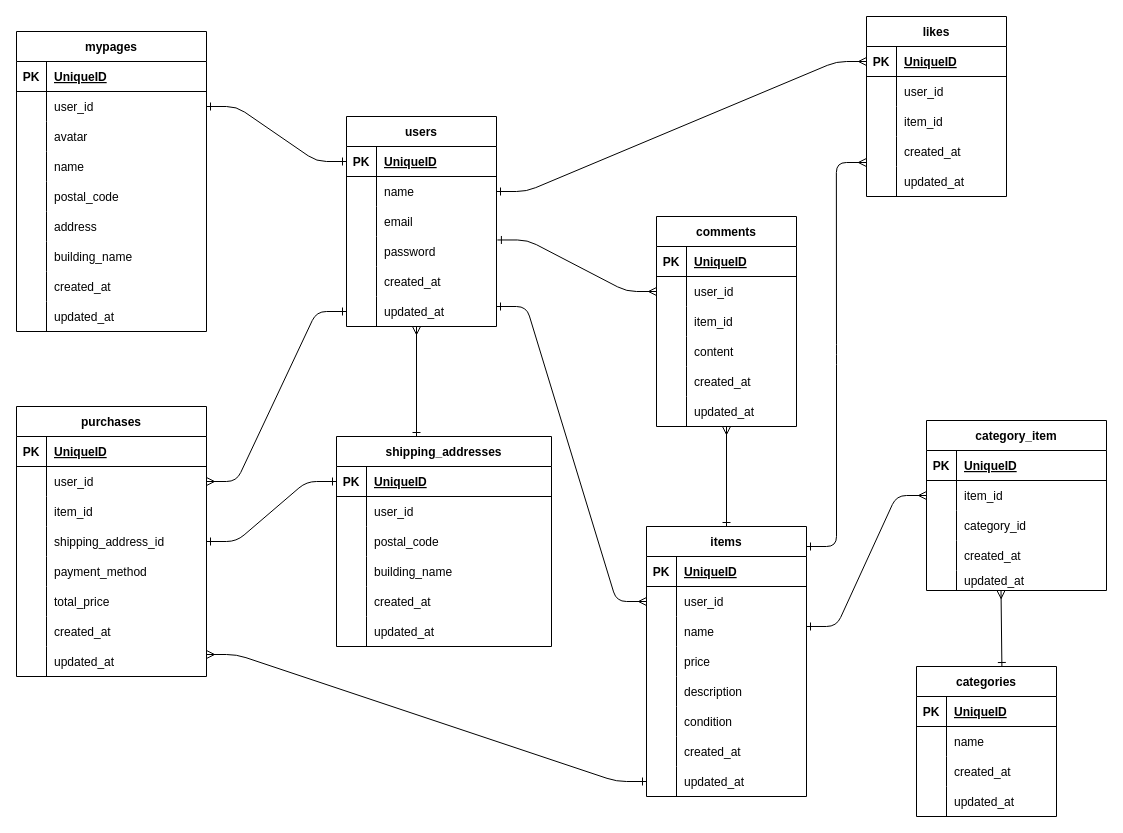
Before: FM-APP.dio in hiroko4ikeda8/FM-APP, a draw.io diagram. Source tidied: cells renumbered, new cells numbered last; positions are measured from the earlier drawing's top-left corner, leaving out a move shared by most shapes. Both pictures are drawn from the tidied source at 100%, with x=0, y=0 at pixel (16, 16).
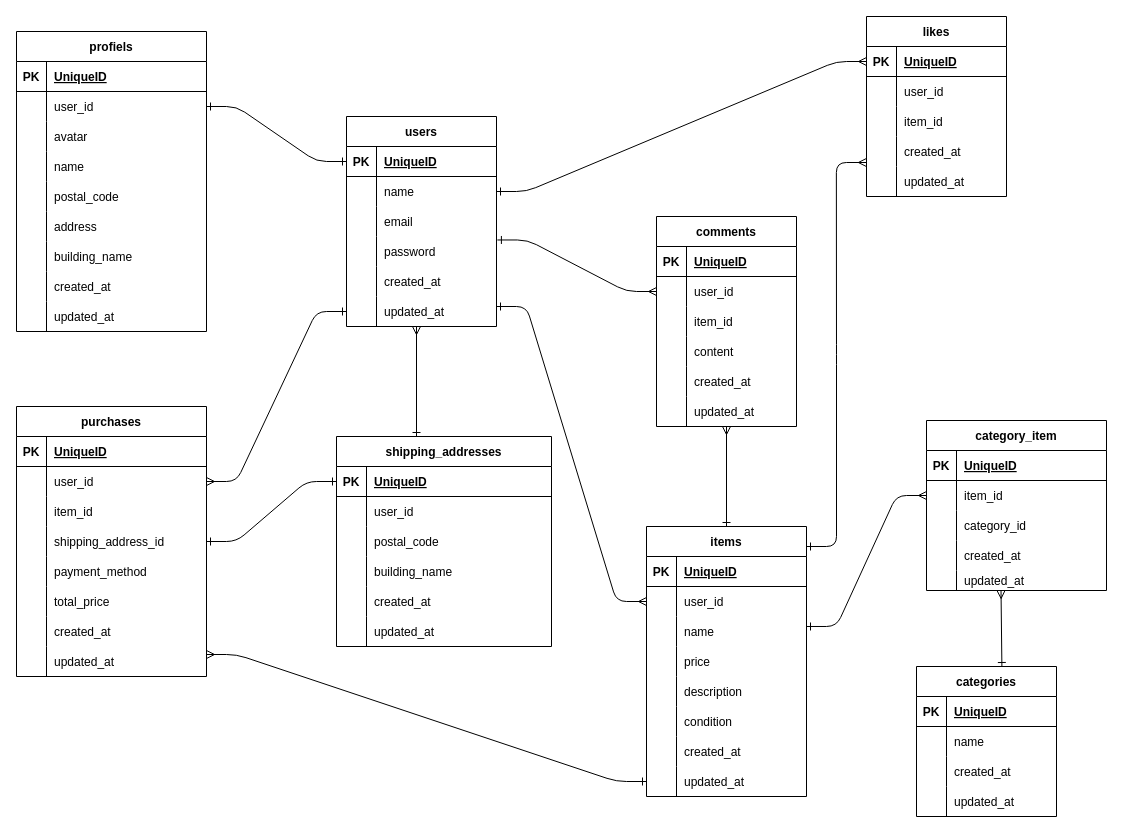
The same diagram, later.

Commit message (it also covers changes not shown here):
ER図更新と画像ファイルの修正

Change to the diagram source:
```diff
@@
-    <mxCell id="65" value="mypages" style="shape=table;startSize=30;childLayout=tableLayout;rowLines=0;fontStyle=1;align=center;" parent="1" vertex="1">
+    <mxCell id="65" value="profiels" style="shape=table;startSize=30;childLayout=tableLayout;rowLines=0;fontStyle=1;align=center;" parent="1" vertex="1">
       <mxGeometry y="15" width="190" height="300" as="geometry" />
     </mxCell>
```
